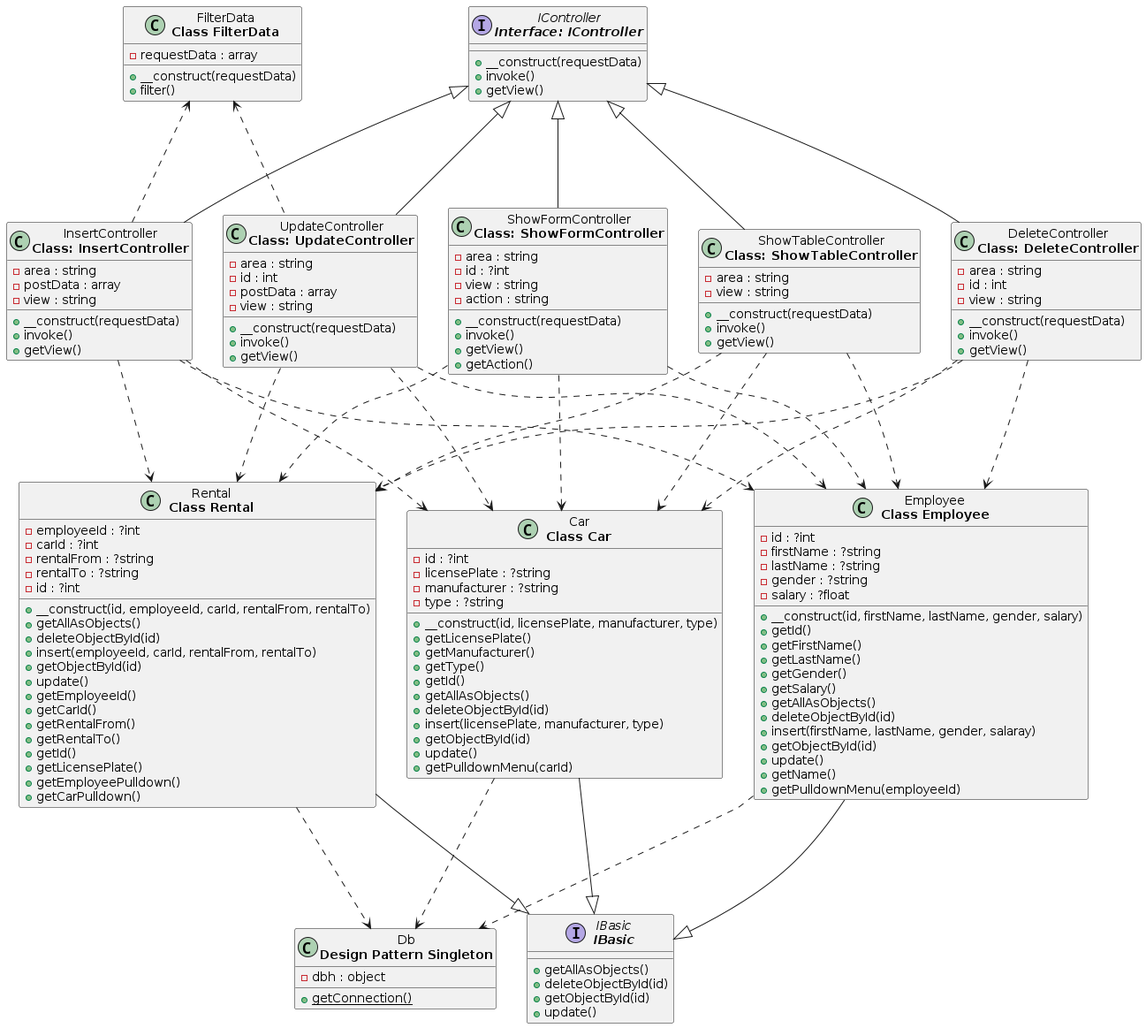
23b00t/company keeps this PlantUML diagram as doc/UMLClassDiagram.png. Above is the earlier version.
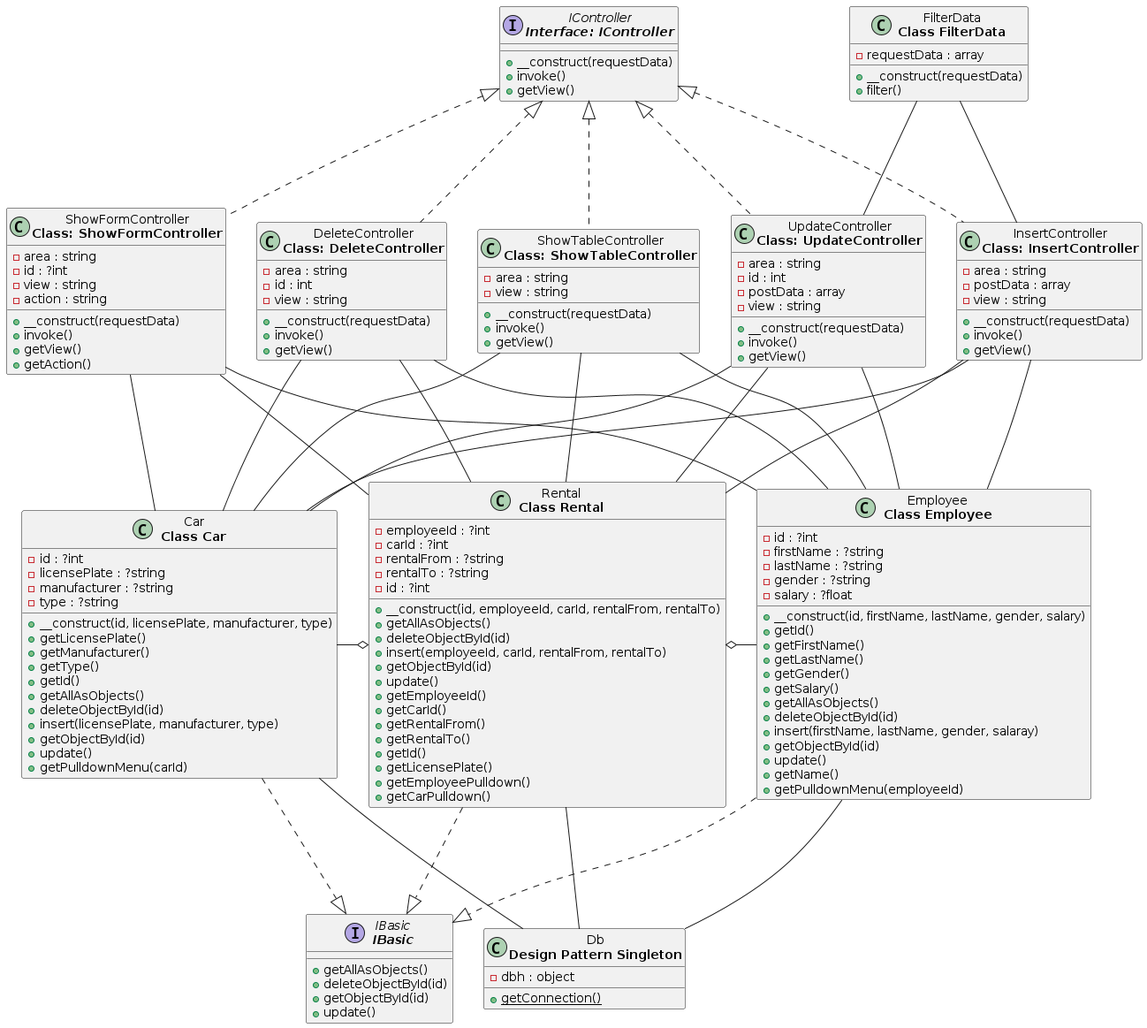
Later version of the same file.

Commit message:
Refactoring; UML class diagramm

What changed in the source:
```diff
@@ -119,32 +119,34 @@
     +getObjectById(id)
     +update()
   }
-  Car ...> Db
-  DeleteController ...> Car
-  InsertController ...> Car
-  ShowFormController ...> Car
-  ShowTableController ...> Car
-  UpdateController ...> Car
-  DeleteController ...> Employee
-  InsertController ...> Employee
-  ShowFormController ...> Employee
-  ShowTableController ...> Employee
-  UpdateController ...> Employee
-  DeleteController ...> Rental
-  InsertController ...> Rental
-  ShowFormController ...> Rental
-  ShowTableController ...> Rental
-  UpdateController ...> Rental
-  Employee ...> Db
-  IBasic <|-up-- Car
-  IBasic <|-up-- Employee
-  IBasic <|-up-- Rental
-  IController <|--- DeleteController
-  IController <|--- InsertController
-  IController <|--- ShowFormController
-  IController <|--- ShowTableController
-  IController <|--- UpdateController
-  InsertController .up..> FilterData
-  Rental ...> Db
-  UpdateController .up..> FilterData
+  Car --- Db
+  DeleteController --- Car
+  InsertController --- Car
+  ShowFormController --- Car
+  ShowTableController --- Car
+  UpdateController --- Car
+  DeleteController --- Employee
+  InsertController --- Employee
+  ShowFormController --- Employee
+  ShowTableController --- Employee
+  UpdateController --- Employee
+  DeleteController --- Rental
+  InsertController --- Rental
+  ShowFormController --- Rental
+  ShowTableController --- Rental
+  UpdateController --- Rental
+  Employee --- Db
+  IBasic <|.up.. Car
+  IBasic <|.up.. Employee
+  IBasic <|.up.. Rental
+  Car -right--o Rental
+  Employee -left--o Rental
+  IController <|... DeleteController
+  IController <|... InsertController
+  IController <|... ShowFormController
+  IController <|... ShowTableController
+  IController <|... UpdateController
+  InsertController -up-- FilterData
+  Rental --- Db
+  UpdateController -up-- FilterData
 @enduml
```
